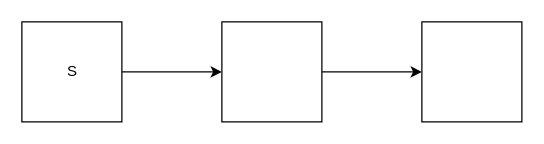
Earlier version of the draw.io diagram SIR.drawio (acb100cias/BioMateFC). Source tidied: cells renumbered, new cells numbered last; positions are measured from the earlier drawing's top-left corner, leaving out a move shared by most shapes. Both pictures are drawn from the tidied source at 125%, with x=0, y=0 at pixel (21, 21).
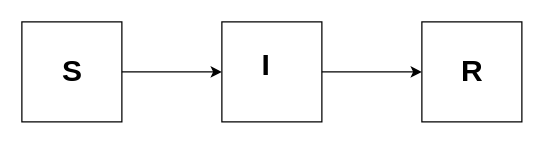
The same diagram, later.

Diff of the diagram source:
```diff
@@
 <mxGraphModel>
   <root>
     <mxCell id="0" />
     <mxCell id="1" parent="0" />
     <mxCell id="2" style="whiteSpace=wrap;html=1;" parent="1" vertex="1">
       <mxGeometry width="80" height="80" as="geometry" />
     </mxCell>
     <mxCell id="3" style="whiteSpace=wrap;html=1;" parent="1" vertex="1">
       <mxGeometry x="160" width="80" height="80" as="geometry" />
     </mxCell>
     <mxCell id="4" style="whiteSpace=wrap;html=1;" parent="1" vertex="1">
       <mxGeometry x="320" width="80" height="80" as="geometry" />
     </mxCell>
     <mxCell id="5" style="endArrow=classic;html=1;rounded=0;" parent="1" edge="1" source="2" target="3">
       <mxGeometry relative="1" as="geometry" />
     </mxCell>
     <mxCell id="6" style="endArrow=classic;html=1;rounded=0;" parent="1" edge="1" source="3" target="4">
       <mxGeometry relative="1" as="geometry">
         <Array as="points">
           <mxPoint x="320" y="40" />
         </Array>
       </mxGeometry>
     </mxCell>
-    <mxCell id="7" value="S" style="text;html=1;align=center;verticalAlign=middle;fillColor=none;strokeColor=none;rounded=0;" parent="1" vertex="1">
-      <mxGeometry x="25" y="25" width="30" height="30" as="geometry" />
+    <mxCell id="7" value="&lt;b&gt;&lt;font style=&quot;font-size: 24px;&quot;&gt;S&lt;/font&gt;&lt;/b&gt;" style="text;html=1;align=center;verticalAlign=middle;fillColor=none;strokeColor=none;rounded=0;" parent="1" vertex="1">
+      <mxGeometry x="20" y="20" width="40" height="40" as="geometry" />
     </mxCell>
+    <mxCell id="8" value="&lt;b&gt;&lt;font style=&quot;font-size: 24px;&quot;&gt;I&lt;/font&gt;&lt;/b&gt;" style="text;html=1;align=center;verticalAlign=middle;fillColor=none;strokeColor=none;rounded=0;" parent="1" vertex="1">
+      <mxGeometry x="180" y="15" width="30" height="40" as="geometry" />
+    </mxCell>
+    <mxCell id="9" value="&lt;b&gt;&lt;font style=&quot;font-size: 24px;&quot;&gt;R&lt;/font&gt;&lt;/b&gt;" style="text;html=1;align=center;verticalAlign=middle;fillColor=none;strokeColor=none;rounded=0;" parent="1" vertex="1">
+      <mxGeometry x="340" y="20" width="40" height="40" as="geometry" />
+    </mxCell>
   </root>
 </mxGraphModel>
```
